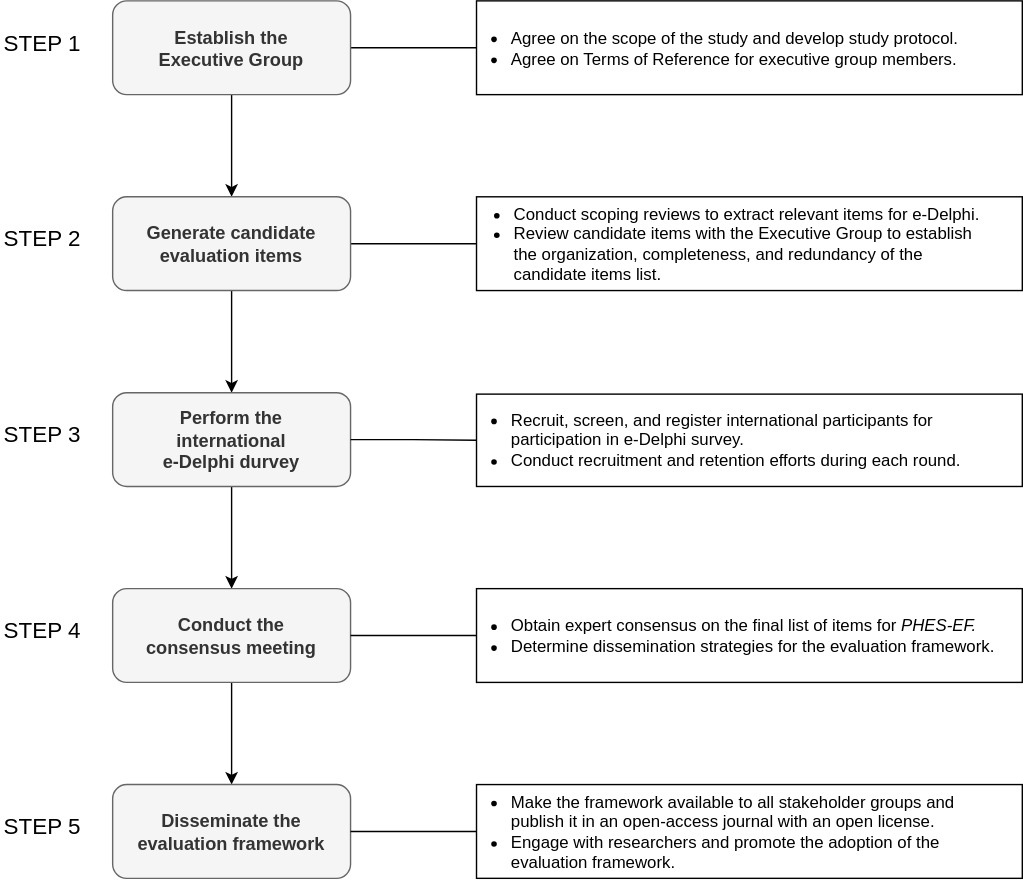
The draw.io diagram qmd/images/dev_process.svg in Big-Life-Lab/PHES-EF, before a commit. Source tidied: cells renumbered, new cells last; positions are measured from the earlier drawing's top-left corner, leaving out a move shared by most shapes.
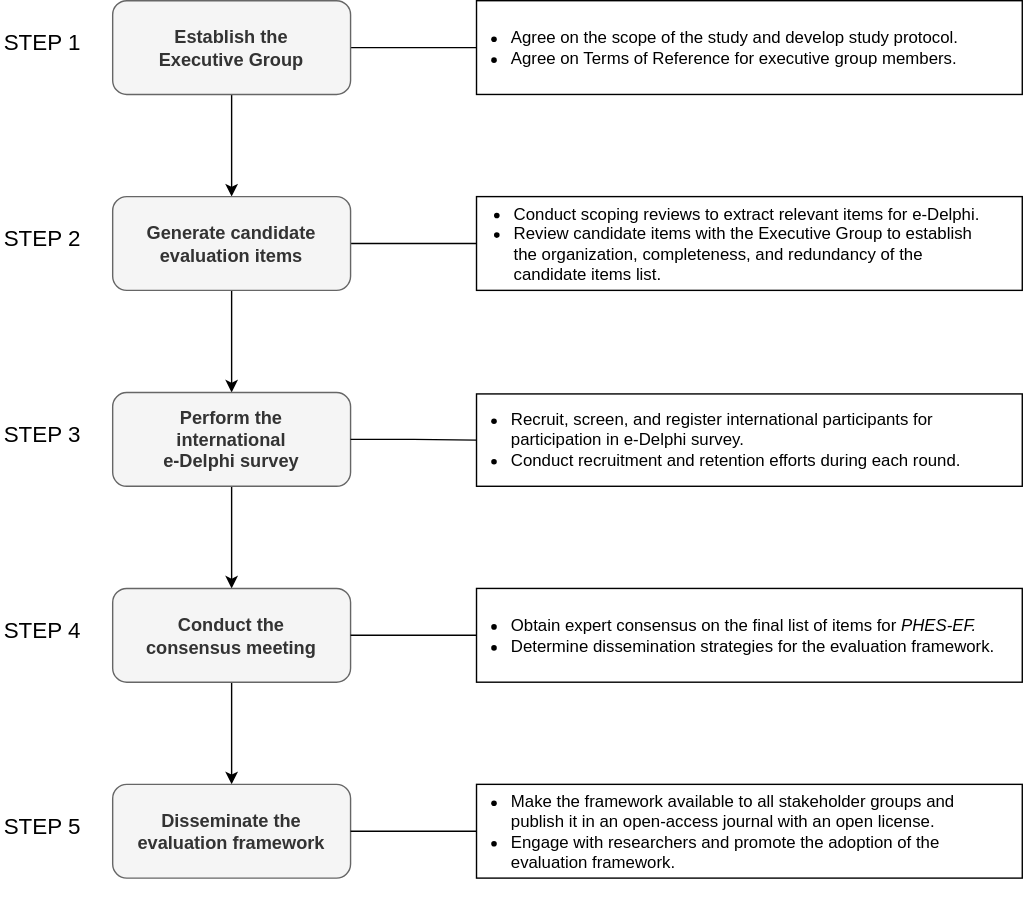
The same file after the commit.

Change to the diagram source:
```diff
@@ -28,7 +28,7 @@
     <mxCell id="9" style="edgeStyle=orthogonalEdgeStyle;rounded=0;jettySize=auto;html=1;fontFamily=Helvetica;" parent="1" edge="1" source="10" target="12">
       <mxGeometry relative="1" as="geometry" />
     </mxCell>
-    <mxCell id="10" value="&lt;b&gt;Perform the international &lt;br&gt;e-Delphi durvey&lt;/b&gt;" style="rounded=1;whiteSpace=wrap;html=1;fontStyle=0;fontSize=13;fillColor=#f5f5f5;fontColor=#333333;strokeColor=#666666;fontFamily=Helvetica;spacingLeft=15;spacingRight=15;spacing=0;" parent="1" vertex="1">
+    <mxCell id="10" value="&lt;b&gt;Perform the international &lt;br&gt;e-Delphi survey&lt;/b&gt;" style="rounded=1;whiteSpace=wrap;html=1;fontStyle=0;fontSize=13;fillColor=#f5f5f5;fontColor=#333333;strokeColor=#666666;fontFamily=Helvetica;spacingLeft=15;spacingRight=15;spacing=0;" parent="1" vertex="1">
       <mxGeometry x="80" y="280" width="170" height="67" as="geometry" />
     </mxCell>
     <mxCell id="11" style="edgeStyle=orthogonalEdgeStyle;rounded=0;jettySize=auto;html=1;fontFamily=Helvetica;" parent="1" edge="1" source="12" target="13">
```
